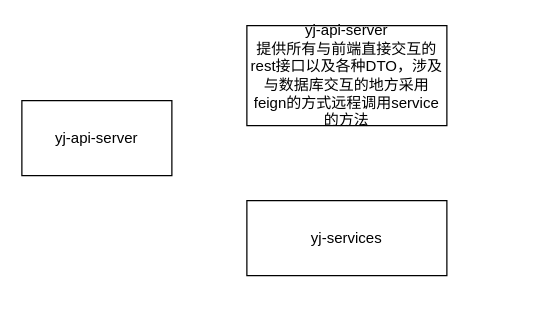
Earlier version of the draw.io diagram yj-api-优化.drawio (link-yuml/diagrams). Source tidied: cells renumbered, new cells numbered last; positions are measured from the earlier drawing's top-left corner, leaving out a move shared by most shapes. Both pictures are drawn from the tidied source at 125%, with x=0, y=0 at pixel (21, 25).
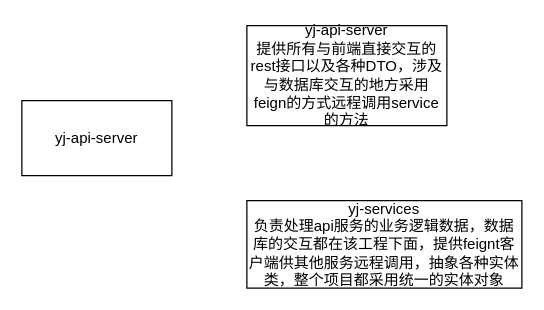
The same diagram, later.

The edit, as a diff of the source:
```diff
@@
 <mxGraphModel>
   <root>
     <mxCell id="0" />
     <mxCell id="1" parent="0" />
     <mxCell id="2" value="yj-api-server" style="rounded=0;whiteSpace=wrap;html=1;" parent="1" vertex="1">
       <mxGeometry y="60" width="120" height="60" as="geometry" />
     </mxCell>
     <mxCell id="3" value="yj-api-server&lt;br&gt;提供所有与前端直接交互的rest接口以及各种DTO，涉及与数据库交互的地方采用feign的方式远程调用service的方法" style="rounded=0;whiteSpace=wrap;html=1;" parent="1" vertex="1">
       <mxGeometry x="180" width="160" height="80" as="geometry" />
     </mxCell>
-    <mxCell id="4" value="yj-services" style="rounded=0;whiteSpace=wrap;html=1;" parent="1" vertex="1">
-      <mxGeometry x="180" y="140" width="160" height="60" as="geometry" />
+    <mxCell id="4" value="yj-services&lt;br&gt;负责处理api服务的业务逻辑数据，数据库的交互都在该工程下面，提供feignt客户端供其他服务远程调用，抽象各种实体类，整个项目都采用统一的实体对象" style="rounded=0;whiteSpace=wrap;html=1;" parent="1" vertex="1">
+      <mxGeometry x="180" y="140" width="220" height="70" as="geometry" />
     </mxCell>
   </root>
 </mxGraphModel>
```
